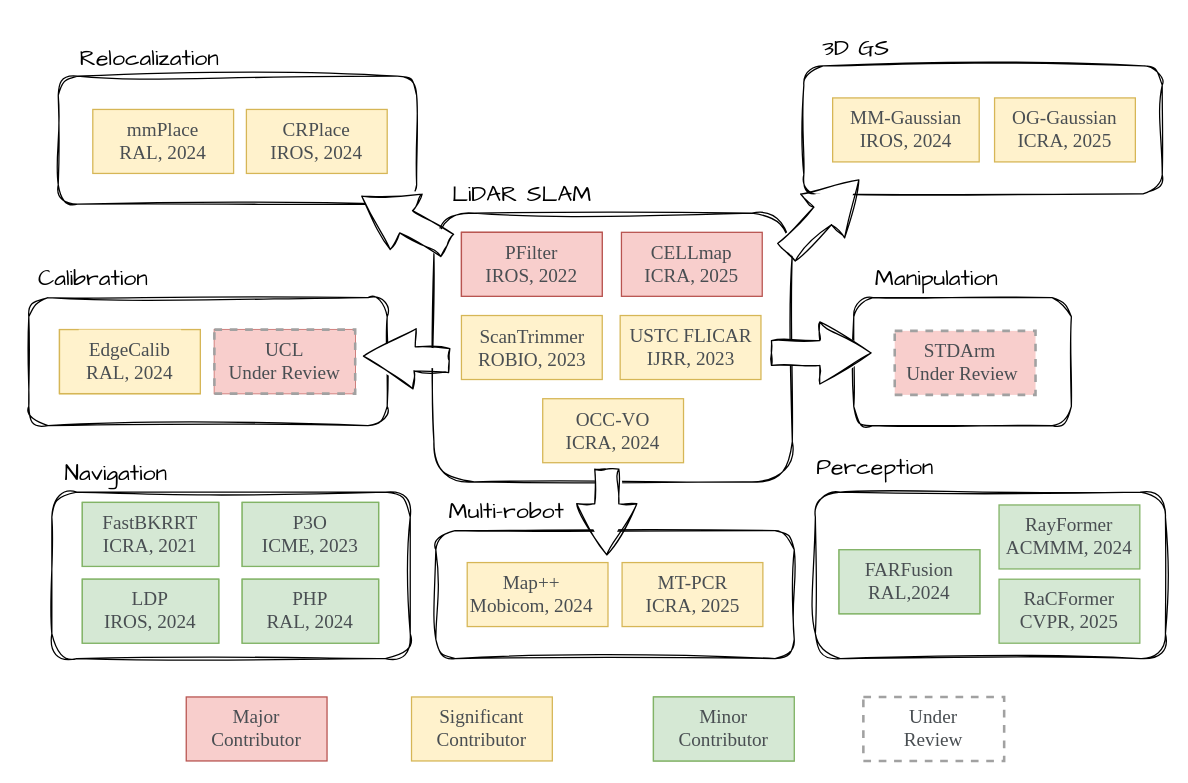
Earlier version of the draw.io diagram file/overview.drawio (yjsx/yjsx.github.io). Source tidied: cells renumbered, new cells numbered last; positions are measured from the earlier drawing's top-left corner, leaving out a move shared by most shapes. Both pictures are drawn from the tidied source at 128%, with x=0, y=0 at pixel (22, 22).
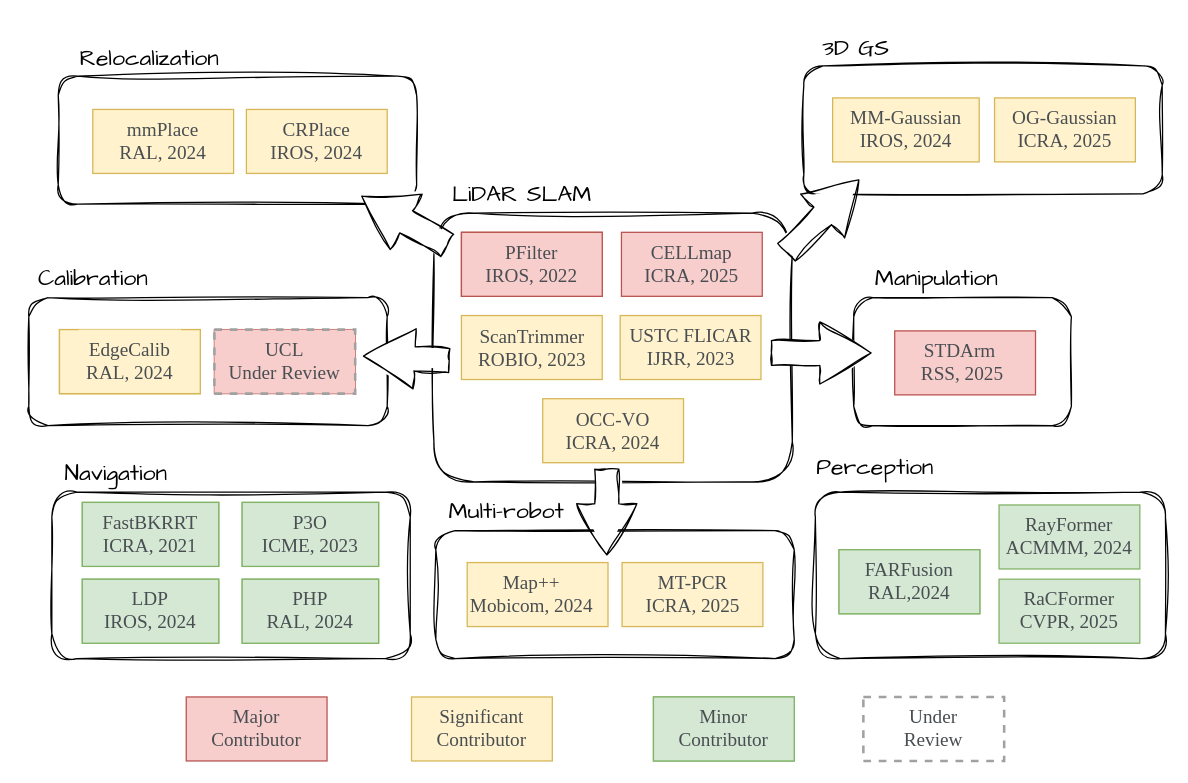
Above is the later version.

What changed in the source:
```diff
@@
-    <mxCell id="53" style="rounded=0;whiteSpace=wrap;html=1;fillColor=#f8cecc;strokeColor=light-dark(#A1A1A1,#D7817E);dashed=1;strokeWidth=2;" parent="1" vertex="1">
+    <mxCell id="53" style="rounded=0;whiteSpace=wrap;html=1;fillColor=#f8cecc;strokeColor=#B85450;strokeWidth=1;" parent="1" vertex="1">
       <mxGeometry x="681.5" y="241" width="110" height="50" as="geometry" />
     </mxCell>
@@
-    <mxCell id="55" value="&lt;div&gt;&lt;span style=&quot;color: rgb(73, 78, 82); font-size: 15px; font-style: normal; font-variant-ligatures: normal; font-variant-caps: normal; font-weight: 400; letter-spacing: normal; orphans: 3; text-indent: 0px; text-transform: none; widows: 3; word-spacing: 0px; -webkit-text-stroke-width: 0px; white-space: normal; text-decoration-thickness: initial; text-decoration-style: initial; text-decoration-color: initial; float: none; display: inline !important;&quot;&gt;&lt;font face=&quot;Times New Roman&quot;&gt;STDArm&amp;nbsp;&lt;/font&gt;&lt;/span&gt;&lt;/div&gt;&lt;div style=&quot;orphans: 3; widows: 3;&quot;&gt;&lt;font face=&quot;Times New Roman&quot; color=&quot;#494e52&quot;&gt;&lt;span style=&quot;font-size: 15px;&quot;&gt;Under Review&lt;/span&gt;&lt;/font&gt;&lt;/div&gt;" style="text;whiteSpace=wrap;html=1;align=center;labelBackgroundColor=none;" parent="1" vertex="1">
+    <mxCell id="55" value="&lt;div&gt;&lt;span style=&quot;color: rgb(73, 78, 82); font-size: 15px; font-style: normal; font-variant-ligatures: normal; font-variant-caps: normal; font-weight: 400; letter-spacing: normal; orphans: 3; text-indent: 0px; text-transform: none; widows: 3; word-spacing: 0px; -webkit-text-stroke-width: 0px; white-space: normal; text-decoration-thickness: initial; text-decoration-style: initial; text-decoration-color: initial; float: none; display: inline !important;&quot;&gt;&lt;font face=&quot;Times New Roman&quot;&gt;STDArm&amp;nbsp;&lt;/font&gt;&lt;/span&gt;&lt;/div&gt;&lt;div style=&quot;orphans: 3; widows: 3;&quot;&gt;&lt;font face=&quot;Times New Roman&quot; color=&quot;#494e52&quot;&gt;&lt;span style=&quot;font-size: 15px;&quot;&gt;RSS, 2025&lt;/span&gt;&lt;/font&gt;&lt;/div&gt;" style="text;whiteSpace=wrap;html=1;align=center;labelBackgroundColor=none;" parent="1" vertex="1">
       <mxGeometry x="664" y="241" width="141" height="40" as="geometry" />
     </mxCell>
```
